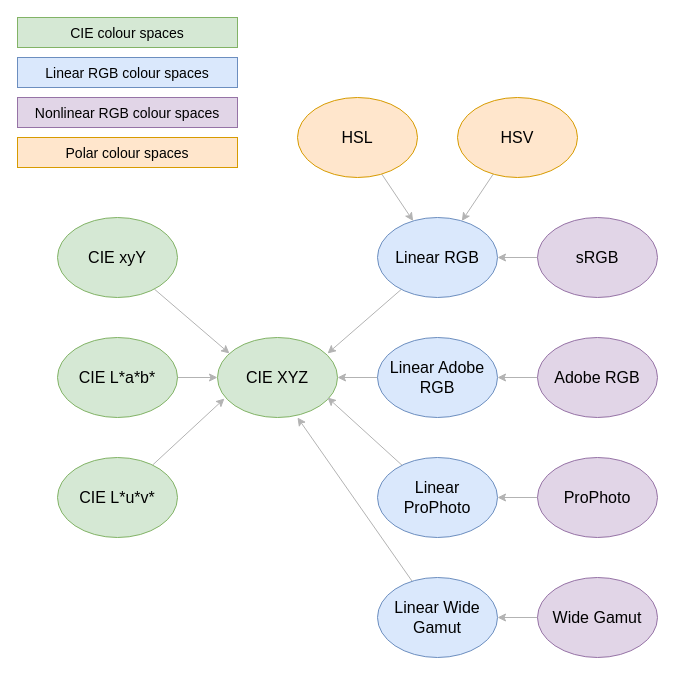
Earlier version of the draw.io diagram docs/images/colour-spaces.drawio (CaptainCrowbar/rs-graphics-core). Source tidied: cells renumbered, new cells numbered last; positions are measured from the earlier drawing's top-left corner, leaving out a move shared by most shapes. Both pictures are drawn from the tidied source at 100%, with x=0, y=0 at pixel (17, 17).
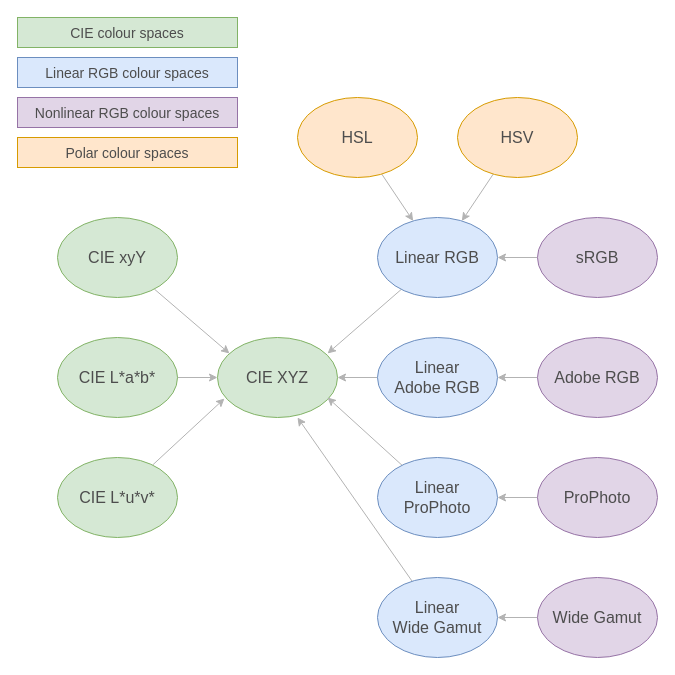
The same diagram, later.

Commit message (it also covers changes not shown here):
More tweaks to the diagram

Diff of the diagram source:
```diff
@@
-    <mxCell id="2" value="&lt;font style=&quot;font-size: 16px&quot;&gt;CIE XYZ&lt;/font&gt;" style="ellipse;whiteSpace=wrap;html=1;fillColor=#d5e8d4;strokeColor=#82b366;" parent="1" vertex="1">
+    <mxCell id="2" value="&lt;font style=&quot;font-size: 16px&quot;&gt;CIE XYZ&lt;/font&gt;" style="ellipse;whiteSpace=wrap;html=1;fillColor=#d5e8d4;strokeColor=#82b366;fontColor=#4D4D4D;" parent="1" vertex="1">
       <mxGeometry x="200" y="320" width="120" height="80" as="geometry" />
     </mxCell>
-    <mxCell id="3" style="rounded=0;jettySize=auto;html=1;fontFamily=Helvetica;fontSize=14;fontColor=default;entryX=0.1;entryY=0.2;entryDx=0;entryDy=0;entryPerimeter=0;strokeColor=#B3B3B3;" parent="1" edge="1" source="4" target="2">
+    <mxCell id="3" style="rounded=0;jettySize=auto;html=1;fontFamily=Helvetica;fontSize=14;fontColor=#4D4D4D;entryX=0.1;entryY=0.2;entryDx=0;entryDy=0;entryPerimeter=0;strokeColor=#B3B3B3;" parent="1" edge="1" source="4" target="2">
       <mxGeometry relative="1" as="geometry" />
     </mxCell>
-    <mxCell id="4" value="&lt;font style=&quot;font-size: 16px&quot;&gt;CIE xyY&lt;/font&gt;" style="ellipse;whiteSpace=wrap;html=1;fillColor=#d5e8d4;strokeColor=#82b366;" parent="1" vertex="1">
+    <mxCell id="4" value="&lt;font style=&quot;font-size: 16px&quot;&gt;CIE xyY&lt;/font&gt;" style="ellipse;whiteSpace=wrap;html=1;fillColor=#d5e8d4;strokeColor=#82b366;fontColor=#4D4D4D;" parent="1" vertex="1">
       <mxGeometry x="40" y="200" width="120" height="80" as="geometry" />
     </mxCell>
-    <mxCell id="5" style="edgeStyle=orthogonalEdgeStyle;rounded=0;jettySize=auto;html=1;fontFamily=Helvetica;fontSize=14;fontColor=default;strokeColor=#B3B3B3;" parent="1" edge="1" source="6" target="2">
+    <mxCell id="5" style="edgeStyle=orthogonalEdgeStyle;rounded=0;jettySize=auto;html=1;fontFamily=Helvetica;fontSize=14;fontColor=#4D4D4D;strokeColor=#B3B3B3;" parent="1" edge="1" source="6" target="2">
       <mxGeometry relative="1" as="geometry" />
     </mxCell>
-    <mxCell id="6" value="&lt;font style=&quot;font-size: 16px&quot;&gt;CIE L*a*b*&lt;/font&gt;" style="ellipse;whiteSpace=wrap;html=1;fillColor=#d5e8d4;strokeColor=#82b366;" parent="1" vertex="1">
+    <mxCell id="6" value="&lt;font style=&quot;font-size: 16px&quot;&gt;CIE L*a*b*&lt;/font&gt;" style="ellipse;whiteSpace=wrap;html=1;fillColor=#d5e8d4;strokeColor=#82b366;fontColor=#4D4D4D;" parent="1" vertex="1">
       <mxGeometry x="40" y="320" width="120" height="80" as="geometry" />
     </mxCell>
-    <mxCell id="7" style="rounded=0;jettySize=auto;html=1;fontFamily=Helvetica;fontSize=14;fontColor=default;entryX=0.058;entryY=0.763;entryDx=0;entryDy=0;entryPerimeter=0;strokeColor=#B3B3B3;" parent="1" edge="1" source="8" target="2">
+    <mxCell id="7" style="rounded=0;jettySize=auto;html=1;fontFamily=Helvetica;fontSize=14;fontColor=#4D4D4D;entryX=0.058;entryY=0.763;entryDx=0;entryDy=0;entryPerimeter=0;strokeColor=#B3B3B3;" parent="1" edge="1" source="8" target="2">
       <mxGeometry relative="1" as="geometry" />
     </mxCell>
-    <mxCell id="8" value="&lt;font style=&quot;font-size: 16px&quot;&gt;CIE L*u*v*&lt;/font&gt;" style="ellipse;whiteSpace=wrap;html=1;fillColor=#d5e8d4;strokeColor=#82b366;" parent="1" vertex="1">
+    <mxCell id="8" value="&lt;font style=&quot;font-size: 16px&quot;&gt;CIE L*u*v*&lt;/font&gt;" style="ellipse;whiteSpace=wrap;html=1;fillColor=#d5e8d4;strokeColor=#82b366;fontColor=#4D4D4D;" parent="1" vertex="1">
       <mxGeometry x="40" y="440" width="120" height="80" as="geometry" />
     </mxCell>
-    <mxCell id="9" style="edgeStyle=none;rounded=0;jettySize=auto;html=1;fontFamily=Helvetica;fontSize=14;fontColor=default;entryX=0.917;entryY=0.2;entryDx=0;entryDy=0;entryPerimeter=0;strokeColor=#B3B3B3;" parent="1" edge="1" source="10" target="2">
+    <mxCell id="9" style="edgeStyle=none;rounded=0;jettySize=auto;html=1;fontFamily=Helvetica;fontSize=14;fontColor=#4D4D4D;entryX=0.917;entryY=0.2;entryDx=0;entryDy=0;entryPerimeter=0;strokeColor=#B3B3B3;" parent="1" edge="1" source="10" target="2">
       <mxGeometry relative="1" as="geometry" />
     </mxCell>
-    <mxCell id="10" value="&lt;font&gt;&lt;font style=&quot;font-size: 16px&quot;&gt;Linear RGB&lt;/font&gt;&lt;br&gt;&lt;/font&gt;" style="ellipse;whiteSpace=wrap;html=1;fillColor=#dae8fc;strokeColor=#6c8ebf;" parent="1" vertex="1">
+    <mxCell id="10" value="&lt;font&gt;&lt;font style=&quot;font-size: 16px&quot;&gt;Linear RGB&lt;/font&gt;&lt;br&gt;&lt;/font&gt;" style="ellipse;whiteSpace=wrap;html=1;fillColor=#dae8fc;strokeColor=#6c8ebf;fontColor=#4D4D4D;" parent="1" vertex="1">
       <mxGeometry x="360" y="200" width="120" height="80" as="geometry" />
     </mxCell>
-    <mxCell id="11" style="edgeStyle=none;rounded=0;jettySize=auto;html=1;fontFamily=Helvetica;fontSize=14;fontColor=default;entryX=1;entryY=0.5;entryDx=0;entryDy=0;strokeColor=#B3B3B3;" parent="1" edge="1" source="12" target="2">
+    <mxCell id="11" style="edgeStyle=none;rounded=0;jettySize=auto;html=1;fontFamily=Helvetica;fontSize=14;fontColor=#4D4D4D;entryX=1;entryY=0.5;entryDx=0;entryDy=0;strokeColor=#B3B3B3;" parent="1" edge="1" source="12" target="2">
       <mxGeometry relative="1" as="geometry" />
     </mxCell>
-    <mxCell id="12" value="&lt;font&gt;&lt;font style=&quot;font-size: 16px&quot;&gt;Linear Adobe&lt;br&gt;RGB&lt;/font&gt;&lt;br&gt;&lt;/font&gt;" style="ellipse;whiteSpace=wrap;html=1;fillColor=#dae8fc;strokeColor=#6c8ebf;" parent="1" vertex="1">
+    <mxCell id="12" value="&lt;font&gt;&lt;font style=&quot;font-size: 16px&quot;&gt;Linear&lt;br&gt;Adobe RGB&lt;/font&gt;&lt;br&gt;&lt;/font&gt;" style="ellipse;whiteSpace=wrap;html=1;fillColor=#dae8fc;strokeColor=#6c8ebf;fontColor=#4D4D4D;" parent="1" vertex="1">
       <mxGeometry x="360" y="320" width="120" height="80" as="geometry" />
     </mxCell>
-    <mxCell id="13" style="edgeStyle=none;rounded=0;jettySize=auto;html=1;fontFamily=Helvetica;fontSize=14;fontColor=default;strokeColor=#B3B3B3;" parent="1" edge="1" source="14">
+    <mxCell id="13" style="edgeStyle=none;rounded=0;jettySize=auto;html=1;fontFamily=Helvetica;fontSize=14;fontColor=#4D4D4D;strokeColor=#B3B3B3;" parent="1" edge="1" source="14">
       <mxGeometry relative="1" as="geometry">
         <mxPoint x="310" y="380" as="targetPoint" />
       </mxGeometry>
     </mxCell>
-    <mxCell id="14" value="&lt;font&gt;&lt;font style=&quot;font-size: 16px&quot;&gt;Linear&lt;br&gt;ProPhoto&lt;/font&gt;&lt;br&gt;&lt;/font&gt;" style="ellipse;whiteSpace=wrap;html=1;fillColor=#dae8fc;strokeColor=#6c8ebf;" parent="1" vertex="1">
+    <mxCell id="14" value="&lt;font&gt;&lt;font style=&quot;font-size: 16px&quot;&gt;Linear&lt;br&gt;ProPhoto&lt;/font&gt;&lt;br&gt;&lt;/font&gt;" style="ellipse;whiteSpace=wrap;html=1;fillColor=#dae8fc;strokeColor=#6c8ebf;fontColor=#4D4D4D;" parent="1" vertex="1">
       <mxGeometry x="360" y="440" width="120" height="80" as="geometry" />
     </mxCell>
-    <mxCell id="15" style="edgeStyle=none;rounded=0;jettySize=auto;html=1;fontFamily=Helvetica;fontSize=14;fontColor=default;strokeColor=#B3B3B3;" parent="1" edge="1" source="16">
+    <mxCell id="15" style="edgeStyle=none;rounded=0;jettySize=auto;html=1;fontFamily=Helvetica;fontSize=14;fontColor=#4D4D4D;strokeColor=#B3B3B3;" parent="1" edge="1" source="16">
       <mxGeometry relative="1" as="geometry">
         <mxPoint x="280" y="400" as="targetPoint" />
       </mxGeometry>
     </mxCell>
-    <mxCell id="16" value="&lt;font&gt;&lt;font style=&quot;font-size: 16px&quot;&gt;Linear Wide&lt;br&gt;Gamut&lt;/font&gt;&lt;br&gt;&lt;/font&gt;" style="ellipse;whiteSpace=wrap;html=1;fillColor=#dae8fc;strokeColor=#6c8ebf;" parent="1" vertex="1">
+    <mxCell id="16" value="&lt;font&gt;&lt;font style=&quot;font-size: 16px&quot;&gt;Linear&lt;br&gt;Wide Gamut&lt;/font&gt;&lt;br&gt;&lt;/font&gt;" style="ellipse;whiteSpace=wrap;html=1;fillColor=#dae8fc;strokeColor=#6c8ebf;fontColor=#4D4D4D;" parent="1" vertex="1">
       <mxGeometry x="360" y="560" width="120" height="80" as="geometry" />
     </mxCell>
-    <mxCell id="17" style="edgeStyle=none;rounded=0;jettySize=auto;html=1;fontFamily=Helvetica;fontSize=14;fontColor=default;strokeColor=#B3B3B3;" parent="1" edge="1" source="18" target="10">
+    <mxCell id="17" style="edgeStyle=none;rounded=0;jettySize=auto;html=1;fontFamily=Helvetica;fontSize=14;fontColor=#4D4D4D;strokeColor=#B3B3B3;" parent="1" edge="1" source="18" target="10">
       <mxGeometry relative="1" as="geometry" />
     </mxCell>
-    <mxCell id="18" value="&lt;font&gt;&lt;font style=&quot;font-size: 16px&quot;&gt;sRGB&lt;/font&gt;&lt;br&gt;&lt;/font&gt;" style="ellipse;whiteSpace=wrap;html=1;fillColor=#e1d5e7;strokeColor=#9673a6;" parent="1" vertex="1">
+    <mxCell id="18" value="&lt;font&gt;&lt;font style=&quot;font-size: 16px&quot;&gt;sRGB&lt;/font&gt;&lt;br&gt;&lt;/font&gt;" style="ellipse;whiteSpace=wrap;html=1;fillColor=#e1d5e7;strokeColor=#9673a6;fontColor=#4D4D4D;" parent="1" vertex="1">
       <mxGeometry x="520" y="200" width="120" height="80" as="geometry" />
     </mxCell>
-    <mxCell id="19" style="edgeStyle=none;rounded=0;jettySize=auto;html=1;fontFamily=Helvetica;fontSize=14;fontColor=default;strokeColor=#B3B3B3;" parent="1" edge="1" source="20" target="12">
+    <mxCell id="19" style="edgeStyle=none;rounded=0;jettySize=auto;html=1;fontFamily=Helvetica;fontSize=14;fontColor=#4D4D4D;strokeColor=#B3B3B3;" parent="1" edge="1" source="20" target="12">
       <mxGeometry relative="1" as="geometry" />
     </mxCell>
-    <mxCell id="20" value="&lt;font&gt;&lt;font style=&quot;font-size: 16px&quot;&gt;Adobe RGB&lt;/font&gt;&lt;br&gt;&lt;/font&gt;" style="ellipse;whiteSpace=wrap;html=1;fillColor=#e1d5e7;strokeColor=#9673a6;" parent="1" vertex="1">
+    <mxCell id="20" value="&lt;font&gt;&lt;font style=&quot;font-size: 16px&quot;&gt;Adobe RGB&lt;/font&gt;&lt;br&gt;&lt;/font&gt;" style="ellipse;whiteSpace=wrap;html=1;fillColor=#e1d5e7;strokeColor=#9673a6;fontColor=#4D4D4D;" parent="1" vertex="1">
       <mxGeometry x="520" y="320" width="120" height="80" as="geometry" />
     </mxCell>
-    <mxCell id="21" style="edgeStyle=none;rounded=0;jettySize=auto;html=1;fontFamily=Helvetica;fontSize=14;fontColor=default;strokeColor=#B3B3B3;" parent="1" edge="1" source="22" target="14">
+    <mxCell id="21" style="edgeStyle=none;rounded=0;jettySize=auto;html=1;fontFamily=Helvetica;fontSize=14;fontColor=#4D4D4D;strokeColor=#B3B3B3;" parent="1" edge="1" source="22" target="14">
       <mxGeometry relative="1" as="geometry" />
     </mxCell>
-    <mxCell id="22" value="&lt;font&gt;&lt;font style=&quot;font-size: 16px&quot;&gt;ProPhoto&lt;/font&gt;&lt;br&gt;&lt;/font&gt;" style="ellipse;whiteSpace=wrap;html=1;fillColor=#e1d5e7;strokeColor=#9673a6;" parent="1" vertex="1">
+    <mxCell id="22" value="&lt;font&gt;&lt;font style=&quot;font-size: 16px&quot;&gt;ProPhoto&lt;/font&gt;&lt;br&gt;&lt;/font&gt;" style="ellipse;whiteSpace=wrap;html=1;fillColor=#e1d5e7;strokeColor=#9673a6;fontColor=#4D4D4D;" parent="1" vertex="1">
       <mxGeometry x="520" y="440" width="120" height="80" as="geometry" />
     </mxCell>
-    <mxCell id="23" style="edgeStyle=none;rounded=0;jettySize=auto;html=1;fontFamily=Helvetica;fontSize=14;fontColor=default;strokeColor=#B3B3B3;" parent="1" edge="1" source="24" target="16">
+    <mxCell id="23" style="edgeStyle=none;rounded=0;jettySize=auto;html=1;fontFamily=Helvetica;fontSize=14;fontColor=#4D4D4D;strokeColor=#B3B3B3;" parent="1" edge="1" source="24" target="16">
       <mxGeometry relative="1" as="geometry" />
     </mxCell>
-    <mxCell id="24" value="&lt;font&gt;&lt;font style=&quot;font-size: 16px&quot;&gt;Wide Gamut&lt;/font&gt;&lt;br&gt;&lt;/font&gt;" style="ellipse;whiteSpace=wrap;html=1;fillColor=#e1d5e7;strokeColor=#9673a6;" parent="1" vertex="1">
+    <mxCell id="24" value="&lt;font&gt;&lt;font style=&quot;font-size: 16px&quot;&gt;Wide Gamut&lt;/font&gt;&lt;br&gt;&lt;/font&gt;" style="ellipse;whiteSpace=wrap;html=1;fillColor=#e1d5e7;strokeColor=#9673a6;fontColor=#4D4D4D;" parent="1" vertex="1">
       <mxGeometry x="520" y="560" width="120" height="80" as="geometry" />
     </mxCell>
-    <mxCell id="25" style="edgeStyle=none;rounded=0;jettySize=auto;html=1;fontFamily=Helvetica;fontSize=14;fontColor=default;strokeColor=#B3B3B3;" parent="1" edge="1" source="26" target="10">
+    <mxCell id="25" style="edgeStyle=none;rounded=0;jettySize=auto;html=1;fontFamily=Helvetica;fontSize=14;fontColor=#4D4D4D;strokeColor=#B3B3B3;" parent="1" edge="1" source="26" target="10">
       <mxGeometry relative="1" as="geometry" />
     </mxCell>
-    <mxCell id="26" value="&lt;font&gt;&lt;font style=&quot;font-size: 16px&quot;&gt;HSL&lt;/font&gt;&lt;br&gt;&lt;/font&gt;" style="ellipse;whiteSpace=wrap;html=1;fillColor=#ffe6cc;strokeColor=#d79b00;" parent="1" vertex="1">
+    <mxCell id="26" value="&lt;font&gt;&lt;font style=&quot;font-size: 16px&quot;&gt;HSL&lt;/font&gt;&lt;br&gt;&lt;/font&gt;" style="ellipse;whiteSpace=wrap;html=1;fillColor=#ffe6cc;strokeColor=#d79b00;fontColor=#4D4D4D;" parent="1" vertex="1">
       <mxGeometry x="280" y="80" width="120" height="80" as="geometry" />
     </mxCell>
-    <mxCell id="27" style="edgeStyle=none;rounded=0;jettySize=auto;html=1;fontFamily=Helvetica;fontSize=14;fontColor=default;strokeColor=#B3B3B3;" parent="1" edge="1" source="28" target="10">
+    <mxCell id="27" style="edgeStyle=none;rounded=0;jettySize=auto;html=1;fontFamily=Helvetica;fontSize=14;fontColor=#4D4D4D;strokeColor=#B3B3B3;" parent="1" edge="1" source="28" target="10">
       <mxGeometry relative="1" as="geometry" />
     </mxCell>
-    <mxCell id="28" value="&lt;font&gt;&lt;font style=&quot;font-size: 16px&quot;&gt;HSV&lt;/font&gt;&lt;br&gt;&lt;/font&gt;" style="ellipse;whiteSpace=wrap;html=1;fillColor=#ffe6cc;strokeColor=#d79b00;" parent="1" vertex="1">
+    <mxCell id="28" value="&lt;font&gt;&lt;font style=&quot;font-size: 16px&quot;&gt;HSV&lt;/font&gt;&lt;br&gt;&lt;/font&gt;" style="ellipse;whiteSpace=wrap;html=1;fillColor=#ffe6cc;strokeColor=#d79b00;fontColor=#4D4D4D;" parent="1" vertex="1">
       <mxGeometry x="440" y="80" width="120" height="80" as="geometry" />
     </mxCell>
-    <mxCell id="29" value="&lt;span style=&quot;font-size: 14px ; text-align: left&quot;&gt;CIE colour spaces&lt;/span&gt;" style="rounded=0;whiteSpace=wrap;html=1;fontFamily=Helvetica;fontSize=16;fontColor=default;strokeColor=#82b366;fillColor=#d5e8d4;" parent="1" vertex="1">
+    <mxCell id="29" value="&lt;span style=&quot;font-size: 14px ; text-align: left&quot;&gt;CIE colour spaces&lt;/span&gt;" style="rounded=0;whiteSpace=wrap;html=1;fontFamily=Helvetica;fontSize=16;fontColor=#4D4D4D;strokeColor=#82b366;fillColor=#d5e8d4;" parent="1" vertex="1">
       <mxGeometry width="220" height="30" as="geometry" />
     </mxCell>
-    <mxCell id="30" value="&lt;span style=&quot;font-size: 14px ; text-align: left&quot;&gt;Linear RGB colour spaces&lt;/span&gt;" style="rounded=0;whiteSpace=wrap;html=1;fontFamily=Helvetica;fontSize=16;strokeColor=#6c8ebf;fillColor=#dae8fc;" parent="1" vertex="1">
+    <mxCell id="30" value="&lt;span style=&quot;font-size: 14px ; text-align: left&quot;&gt;Linear RGB colour spaces&lt;/span&gt;" style="rounded=0;whiteSpace=wrap;html=1;fontFamily=Helvetica;fontSize=16;strokeColor=#6c8ebf;fillColor=#dae8fc;fontColor=#4D4D4D;" parent="1" vertex="1">
       <mxGeometry y="40" width="220" height="30" as="geometry" />
     </mxCell>
-    <mxCell id="31" value="&lt;span style=&quot;font-size: 14px ; text-align: left&quot;&gt;Nonlinear RGB colour spaces&lt;/span&gt;" style="rounded=0;whiteSpace=wrap;html=1;fontFamily=Helvetica;fontSize=16;strokeColor=#9673a6;fillColor=#e1d5e7;" parent="1" vertex="1">
+    <mxCell id="31" value="&lt;span style=&quot;font-size: 14px ; text-align: left&quot;&gt;Nonlinear RGB colour spaces&lt;/span&gt;" style="rounded=0;whiteSpace=wrap;html=1;fontFamily=Helvetica;fontSize=16;strokeColor=#9673a6;fillColor=#e1d5e7;fontColor=#4D4D4D;" parent="1" vertex="1">
       <mxGeometry y="80" width="220" height="30" as="geometry" />
     </mxCell>
-    <mxCell id="32" value="&lt;span style=&quot;font-size: 14px ; text-align: left&quot;&gt;Polar colour spaces&lt;/span&gt;" style="rounded=0;whiteSpace=wrap;html=1;fontFamily=Helvetica;fontSize=16;strokeColor=#d79b00;fillColor=#ffe6cc;" parent="1" vertex="1">
+    <mxCell id="32" value="&lt;span style=&quot;font-size: 14px ; text-align: left&quot;&gt;Polar colour spaces&lt;/span&gt;" style="rounded=0;whiteSpace=wrap;html=1;fontFamily=Helvetica;fontSize=16;strokeColor=#d79b00;fillColor=#ffe6cc;fontColor=#4D4D4D;" parent="1" vertex="1">
       <mxGeometry y="120" width="220" height="30" as="geometry" />
     </mxCell>
```
